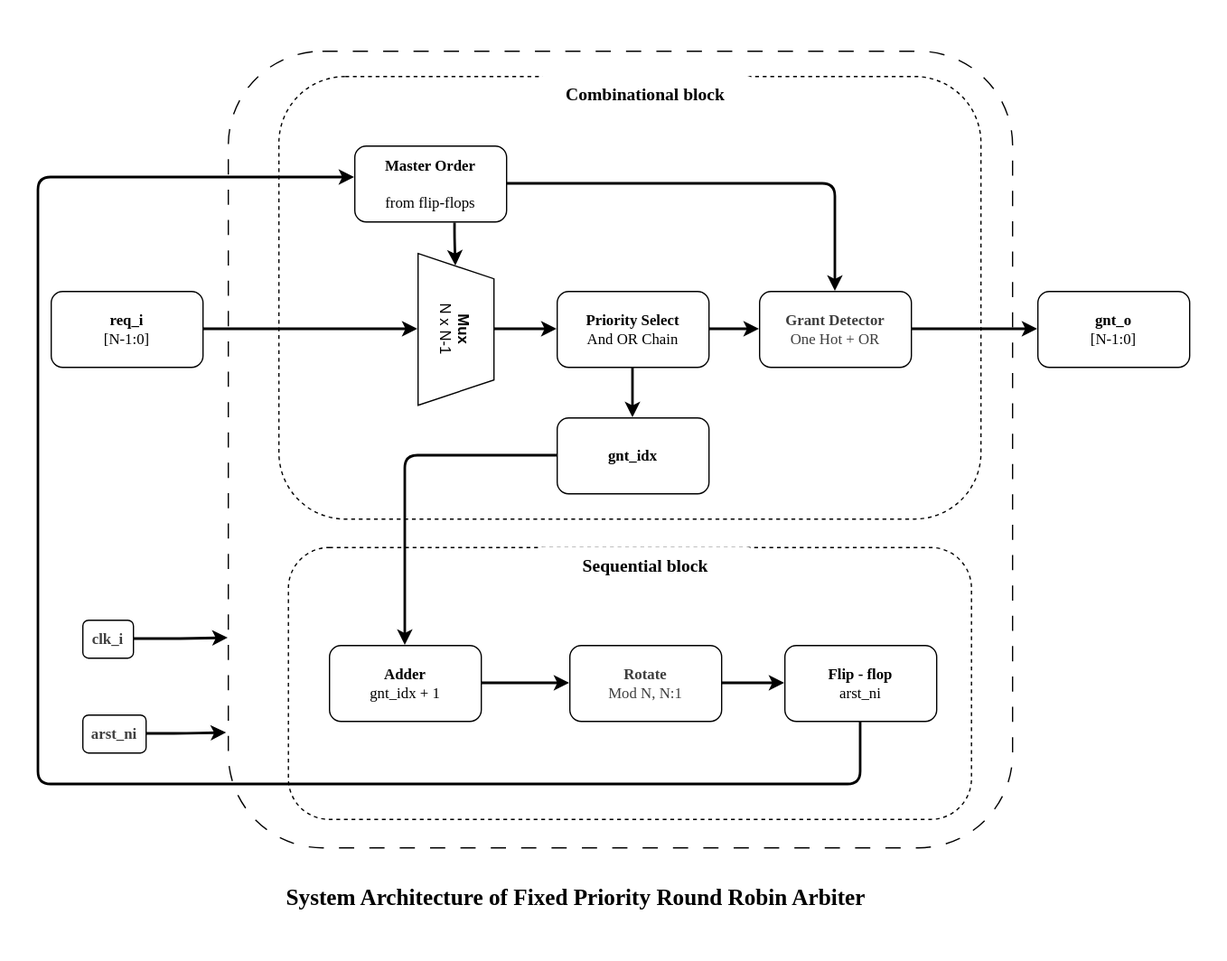
This is document/source/round_robin_arbiter_block_diagram.svg from adnsemicon/intern_2611, a draw.io export, as it was before one commit. Source tidied: cells renumbered, new cells last; positions are measured from the earlier drawing's top-left corner, leaving out a move shared by most shapes. Its diagram source:
```xml
<mxGraphModel>
  <root>
    <mxCell id="0" />
    <mxCell id="1" parent="0" />
    <mxCell id="2" style="whiteSpace=wrap;html=1;strokeColor=none;" parent="1" vertex="1">
      <mxGeometry width="970" height="760" as="geometry" />
    </mxCell>
    <mxCell id="3" style="rounded=1;whiteSpace=wrap;html=1;strokeColor=default;arcSize=12;dashed=1;dashPattern=12 12;" parent="1" vertex="1">
      <mxGeometry x="180" y="40" width="620" height="630" as="geometry" />
    </mxCell>
    <mxCell id="4" style="rounded=1;whiteSpace=wrap;html=1;dashed=1;" parent="1" vertex="1">
      <mxGeometry x="227.5" y="432.5" width="540" height="215" as="geometry" />
    </mxCell>
    <mxCell id="5" style="rounded=1;whiteSpace=wrap;html=1;dashed=1;" parent="1" vertex="1">
      <mxGeometry x="220" y="60" width="555" height="350" as="geometry" />
    </mxCell>
    <mxCell id="6" style="edgeStyle=orthogonalEdgeStyle;html=1;elbow=vertical;entryX=0.5;entryY=0;entryDx=0;entryDy=0;exitX=0;exitY=0.5;exitDx=0;exitDy=0;strokeWidth=2;" parent="1" edge="1" source="31" target="8">
      <mxGeometry x="-0.07" relative="1" as="geometry" />
    </mxCell>
    <mxCell id="7" style="edgeStyle=orthogonalEdgeStyle;html=1;elbow=vertical;strokeWidth=2;" parent="1" edge="1" source="8" target="10">
      <mxGeometry relative="1" as="geometry" />
    </mxCell>
    <mxCell id="8" value="&lt;div&gt;&lt;span style=&quot;background-color: transparent;&quot;&gt;&lt;b&gt;&lt;font face=&quot;Times New Roman&quot;&gt;Adder&lt;/font&gt;&lt;/b&gt;&lt;/span&gt;&lt;/div&gt;&lt;div&gt;&lt;span style=&quot;background-color: transparent;&quot;&gt;&lt;font face=&quot;Times New Roman&quot;&gt;gnt_idx + 1&lt;/font&gt;&lt;/span&gt;&lt;/div&gt;" style="rounded=1;whiteSpace=wrap;html=1;" parent="1" vertex="1">
      <mxGeometry x="260" y="510" width="120" height="60" as="geometry" />
    </mxCell>
    <mxCell id="9" style="edgeStyle=orthogonalEdgeStyle;html=1;elbow=vertical;strokeWidth=2;" parent="1" edge="1" source="10" target="12">
      <mxGeometry relative="1" as="geometry" />
    </mxCell>
    <mxCell id="10" value="&lt;div&gt;&lt;span style=&quot;background-color: transparent; color: rgb(63, 63, 63);&quot;&gt;&lt;b&gt;&lt;font face=&quot;Times New Roman&quot;&gt;Rotate&amp;nbsp;&lt;/font&gt;&lt;/b&gt;&lt;/span&gt;&lt;/div&gt;&lt;div&gt;&lt;span style=&quot;background-color: transparent; color: rgb(63, 63, 63);&quot;&gt;&lt;font face=&quot;Times New Roman&quot;&gt;&amp;nbsp;Mod N, N:1&amp;nbsp;&lt;/font&gt;&lt;/span&gt;&lt;/div&gt;" style="rounded=1;whiteSpace=wrap;html=1;" parent="1" vertex="1">
      <mxGeometry x="450" y="510" width="120" height="60" as="geometry" />
    </mxCell>
    <mxCell id="11" style="edgeStyle=orthogonalEdgeStyle;html=1;elbow=vertical;strokeWidth=2;exitX=0.5;exitY=1;exitDx=0;exitDy=0;" parent="1" edge="1" source="12" target="23">
      <mxGeometry x="0.31" relative="1" as="geometry">
        <Array as="points">
          <mxPoint x="680" y="620" />
          <mxPoint x="30" y="620" />
          <mxPoint x="30" y="140" />
        </Array>
      </mxGeometry>
    </mxCell>
    <mxCell id="12" value="&lt;div&gt;&lt;span style=&quot;background-color: transparent;&quot;&gt;&lt;font face=&quot;Times New Roman&quot;&gt;&lt;b&gt;Flip - flop&amp;nbsp;&lt;/b&gt;&amp;nbsp;&lt;/font&gt;&lt;/span&gt;&lt;/div&gt;&lt;div&gt;&lt;span style=&quot;background-color: transparent;&quot;&gt;&lt;font face=&quot;Times New Roman&quot;&gt;&amp;nbsp;arst_ni&lt;/font&gt;&lt;/span&gt;&lt;/div&gt;" style="rounded=1;whiteSpace=wrap;html=1;" parent="1" vertex="1">
      <mxGeometry x="620" y="510" width="120" height="60" as="geometry" />
    </mxCell>
    <mxCell id="13" style="edgeStyle=orthogonalEdgeStyle;html=1;elbow=vertical;strokeWidth=2;entryX=0;entryY=0.737;entryDx=0;entryDy=0;entryPerimeter=0;" parent="1" edge="1" source="14" target="3">
      <mxGeometry x="0.63" relative="1" as="geometry" />
    </mxCell>
    <mxCell id="14" value="&lt;div&gt;&lt;span style=&quot;color: rgb(63, 63, 63); background-color: transparent;&quot;&gt;&lt;b&gt;&lt;font face=&quot;Times New Roman&quot;&gt;clk_i&lt;/font&gt;&lt;/b&gt;&lt;/span&gt;&lt;/div&gt;" style="rounded=1;whiteSpace=wrap;html=1;" parent="1" vertex="1">
      <mxGeometry x="65" y="490" width="40" height="30" as="geometry" />
    </mxCell>
    <mxCell id="15" style="edgeStyle=orthogonalEdgeStyle;html=1;elbow=vertical;strokeWidth=2;entryX=-0.002;entryY=0.856;entryDx=0;entryDy=0;entryPerimeter=0;" parent="1" edge="1" source="16" target="3">
      <mxGeometry x="0.81" relative="1" as="geometry" />
    </mxCell>
    <mxCell id="16" value="&lt;div&gt;&lt;span style=&quot;color: rgb(63, 63, 63); background-color: transparent;&quot;&gt;&lt;b&gt;&lt;font face=&quot;Times New Roman&quot;&gt;arst_ni&lt;/font&gt;&lt;/b&gt;&lt;/span&gt;&lt;/div&gt;" style="rounded=1;whiteSpace=wrap;html=1;" parent="1" vertex="1">
      <mxGeometry x="65" y="565" width="50" height="30" as="geometry" />
    </mxCell>
    <mxCell id="17" value="&lt;b&gt;&lt;font face=&quot;Times New Roman&quot; style=&quot;font-size: 14px;&quot;&gt;Sequential block&lt;/font&gt;&lt;/b&gt;" style="rounded=1;whiteSpace=wrap;html=1;strokeColor=none;" parent="1" vertex="1">
      <mxGeometry x="425" y="432.5" width="170" height="30" as="geometry" />
    </mxCell>
    <mxCell id="18" value="&lt;font face=&quot;Times New Roman&quot; style=&quot;font-size: 18px;&quot;&gt;&lt;b&gt;&amp;nbsp;System Architecture of Fixed Priority Round Robin Arbiter&lt;/b&gt;&lt;/font&gt;" style="rounded=1;whiteSpace=wrap;html=1;strokeColor=none;" parent="1" vertex="1">
      <mxGeometry x="190" y="680" width="530" height="60" as="geometry" />
    </mxCell>
    <mxCell id="19" value="&lt;b&gt;&lt;font face=&quot;Times New Roman&quot; style=&quot;font-size: 14px;&quot;&gt;Combinational block&lt;/font&gt;&lt;/b&gt;" style="rounded=1;whiteSpace=wrap;html=1;strokeColor=none;" parent="1" vertex="1">
      <mxGeometry x="425" y="60" width="170" height="30" as="geometry" />
    </mxCell>
    <mxCell id="20" value="&lt;div&gt;&lt;span style=&quot;background-color: transparent;&quot;&gt;&lt;b&gt;&lt;font face=&quot;Times New Roman&quot;&gt;gnt_o&lt;/font&gt;&lt;/b&gt;&lt;/span&gt;&lt;/div&gt;&lt;div&gt;&lt;span style=&quot;background-color: transparent;&quot;&gt;&lt;font face=&quot;Times New Roman&quot;&gt;[N-1:0]&lt;/font&gt;&lt;/span&gt;&lt;/div&gt;" style="rounded=1;whiteSpace=wrap;html=1;" parent="1" vertex="1">
      <mxGeometry x="820" y="230" width="120" height="60" as="geometry" />
    </mxCell>
    <mxCell id="21" style="edgeStyle=orthogonalEdgeStyle;html=1;elbow=vertical;strokeWidth=2;" parent="1" edge="1" source="30" target="20">
      <mxGeometry relative="1" as="geometry" />
    </mxCell>
    <mxCell id="22" style="edgeStyle=orthogonalEdgeStyle;html=1;elbow=vertical;exitX=0.661;exitY=1.019;exitDx=0;exitDy=0;exitPerimeter=0;strokeWidth=2;" parent="1" edge="1" source="23" target="26">
      <mxGeometry relative="1" as="geometry" />
    </mxCell>
    <mxCell id="23" value="&lt;b&gt;&lt;font face=&quot;Times New Roman&quot;&gt;Master Order&lt;/font&gt;&lt;/b&gt;&lt;div&gt;&lt;b&gt;&lt;font face=&quot;Times New Roman&quot;&gt;&lt;br&gt;&lt;/font&gt;&lt;/b&gt;&lt;/div&gt;&lt;div&gt;&lt;font face=&quot;Times New Roman&quot;&gt;from flip-flops&lt;/font&gt;&lt;/div&gt;" style="rounded=1;whiteSpace=wrap;html=1;" parent="1" vertex="1">
      <mxGeometry x="280" y="115" width="120" height="60" as="geometry" />
    </mxCell>
    <mxCell id="24" style="edgeStyle=orthogonalEdgeStyle;html=1;elbow=vertical;strokeWidth=2;" parent="1" edge="1" source="23" target="30">
      <mxGeometry relative="1" as="geometry" />
    </mxCell>
    <mxCell id="25" style="edgeStyle=orthogonalEdgeStyle;html=1;elbow=vertical;strokeWidth=2;" parent="1" edge="1" source="26" target="29">
      <mxGeometry relative="1" as="geometry" />
    </mxCell>
    <mxCell id="26" value="&lt;b&gt;Mux&lt;/b&gt;&lt;br&gt;N x N-1" style="shape=trapezoid;perimeter=trapezoidPerimeter;whiteSpace=wrap;html=1;shapeInside=1;fixedSize=1;rotation=90;" parent="1" vertex="1">
      <mxGeometry x="300" y="230" width="120" height="60" as="geometry" />
    </mxCell>
    <mxCell id="27" style="edgeStyle=orthogonalEdgeStyle;html=1;elbow=vertical;strokeWidth=2;" parent="1" edge="1" source="29" target="30">
      <mxGeometry relative="1" as="geometry" />
    </mxCell>
    <mxCell id="28" style="html=1;elbow=vertical;edgeStyle=orthogonalEdgeStyle;strokeWidth=2;" parent="1" edge="1" source="29" target="31">
      <mxGeometry relative="1" as="geometry" />
    </mxCell>
    <mxCell id="29" value="&lt;div&gt;&lt;b&gt;&lt;font face=&quot;Times New Roman&quot;&gt;Priority Select&lt;/font&gt;&lt;/b&gt;&lt;/div&gt;&lt;div&gt;&lt;font face=&quot;Times New Roman&quot;&gt;And OR Chain&lt;/font&gt;&lt;/div&gt;" style="rounded=1;whiteSpace=wrap;html=1;" parent="1" vertex="1">
      <mxGeometry x="440" y="230" width="120" height="60" as="geometry" />
    </mxCell>
    <mxCell id="30" value="&lt;div&gt;&lt;span style=&quot;color: rgb(63, 63, 63); background-color: transparent;&quot;&gt;&lt;b&gt;&lt;font face=&quot;Times New Roman&quot;&gt;Grant Detector&lt;/font&gt;&lt;/b&gt;&lt;/span&gt;&lt;/div&gt;&lt;div&gt;&lt;span style=&quot;color: rgb(63, 63, 63); background-color: transparent;&quot;&gt;&lt;font face=&quot;Times New Roman&quot;&gt;One Hot + OR&amp;nbsp;&lt;/font&gt;&lt;/span&gt;&lt;/div&gt;" style="rounded=1;whiteSpace=wrap;html=1;" parent="1" vertex="1">
      <mxGeometry x="600" y="230" width="120" height="60" as="geometry" />
    </mxCell>
    <mxCell id="31" value="&lt;font face=&quot;Times New Roman&quot;&gt;&lt;b&gt;gnt_idx&lt;/b&gt;&lt;/font&gt;" style="rounded=1;whiteSpace=wrap;html=1;" parent="1" vertex="1">
      <mxGeometry x="440" y="330" width="120" height="60" as="geometry" />
    </mxCell>
    <mxCell id="32" value="&lt;b&gt;&lt;font face=&quot;Times New Roman&quot;&gt;req_i&lt;/font&gt;&lt;/b&gt;&lt;div&gt;&lt;font face=&quot;Times New Roman&quot;&gt;[N-1:0]&lt;/font&gt;&lt;/div&gt;" style="rounded=1;whiteSpace=wrap;html=1;" parent="1" vertex="1">
      <mxGeometry x="40" y="230" width="120" height="60" as="geometry" />
    </mxCell>
    <mxCell id="33" style="edgeStyle=orthogonalEdgeStyle;html=1;elbow=vertical;strokeWidth=2;" parent="1" edge="1" source="32" target="26">
      <mxGeometry relative="1" as="geometry" />
    </mxCell>
  </root>
</mxGraphModel>
```
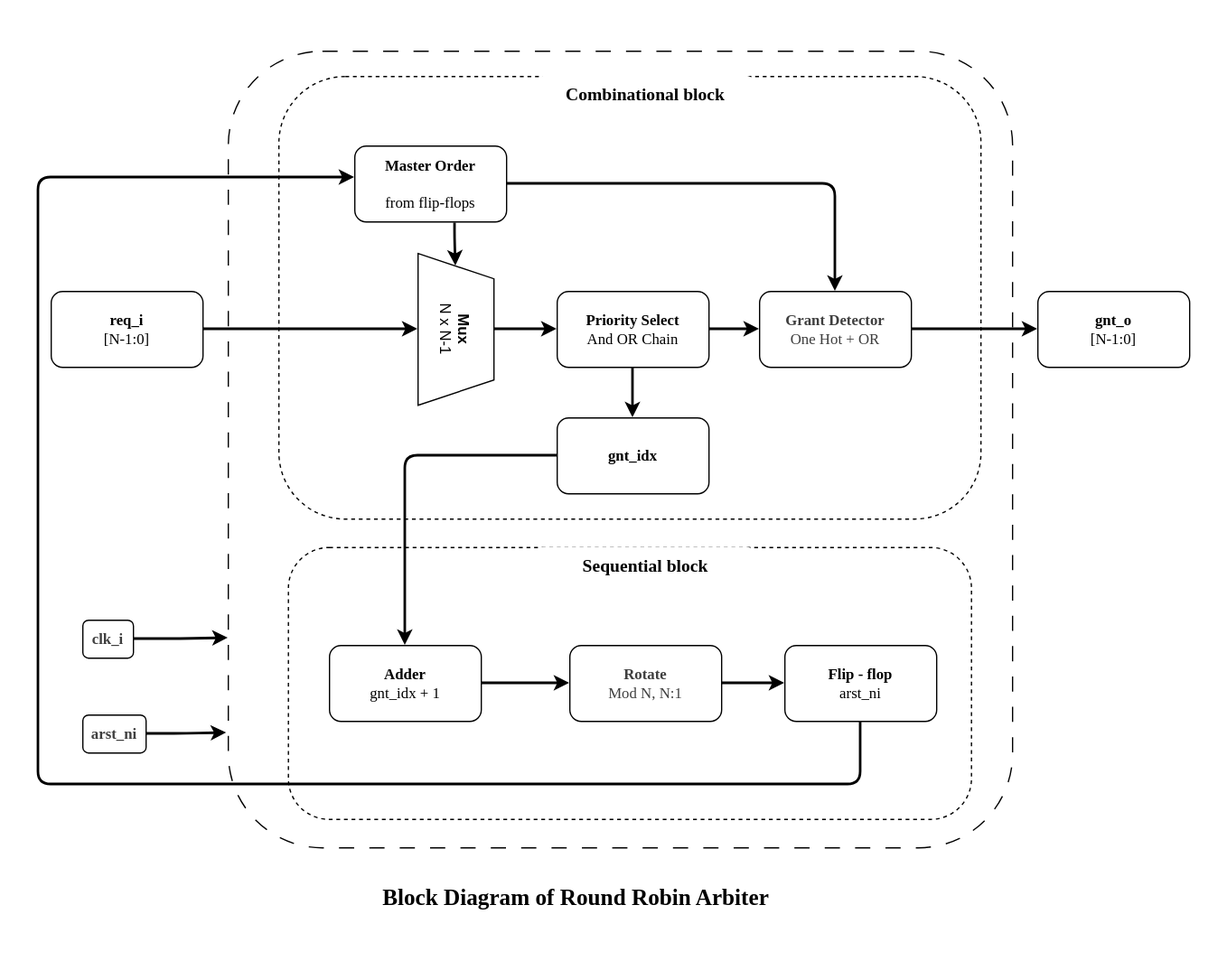
The same diagram one commit later.

Diff of the diagram source:
```diff
@@ -56,7 +56,7 @@
     <mxCell id="17" value="&lt;b&gt;&lt;font face=&quot;Times New Roman&quot; style=&quot;font-size: 14px;&quot;&gt;Sequential block&lt;/font&gt;&lt;/b&gt;" style="rounded=1;whiteSpace=wrap;html=1;strokeColor=none;" parent="1" vertex="1">
       <mxGeometry x="425" y="432.5" width="170" height="30" as="geometry" />
     </mxCell>
-    <mxCell id="18" value="&lt;font face=&quot;Times New Roman&quot; style=&quot;font-size: 18px;&quot;&gt;&lt;b&gt;&amp;nbsp;System Architecture of Fixed Priority Round Robin Arbiter&lt;/b&gt;&lt;/font&gt;" style="rounded=1;whiteSpace=wrap;html=1;strokeColor=none;" parent="1" vertex="1">
+    <mxCell id="18" value="&lt;font face=&quot;Times New Roman&quot; style=&quot;font-size: 18px;&quot;&gt;&lt;b&gt;Block Diagram of Round Robin Arbiter&amp;nbsp;&lt;/b&gt;&lt;/font&gt;" style="rounded=1;whiteSpace=wrap;html=1;strokeColor=none;" parent="1" vertex="1">
       <mxGeometry x="190" y="680" width="530" height="60" as="geometry" />
     </mxCell>
     <mxCell id="19" value="&lt;b&gt;&lt;font face=&quot;Times New Roman&quot; style=&quot;font-size: 14px;&quot;&gt;Combinational block&lt;/font&gt;&lt;/b&gt;" style="rounded=1;whiteSpace=wrap;html=1;strokeColor=none;" parent="1" vertex="1">
```
